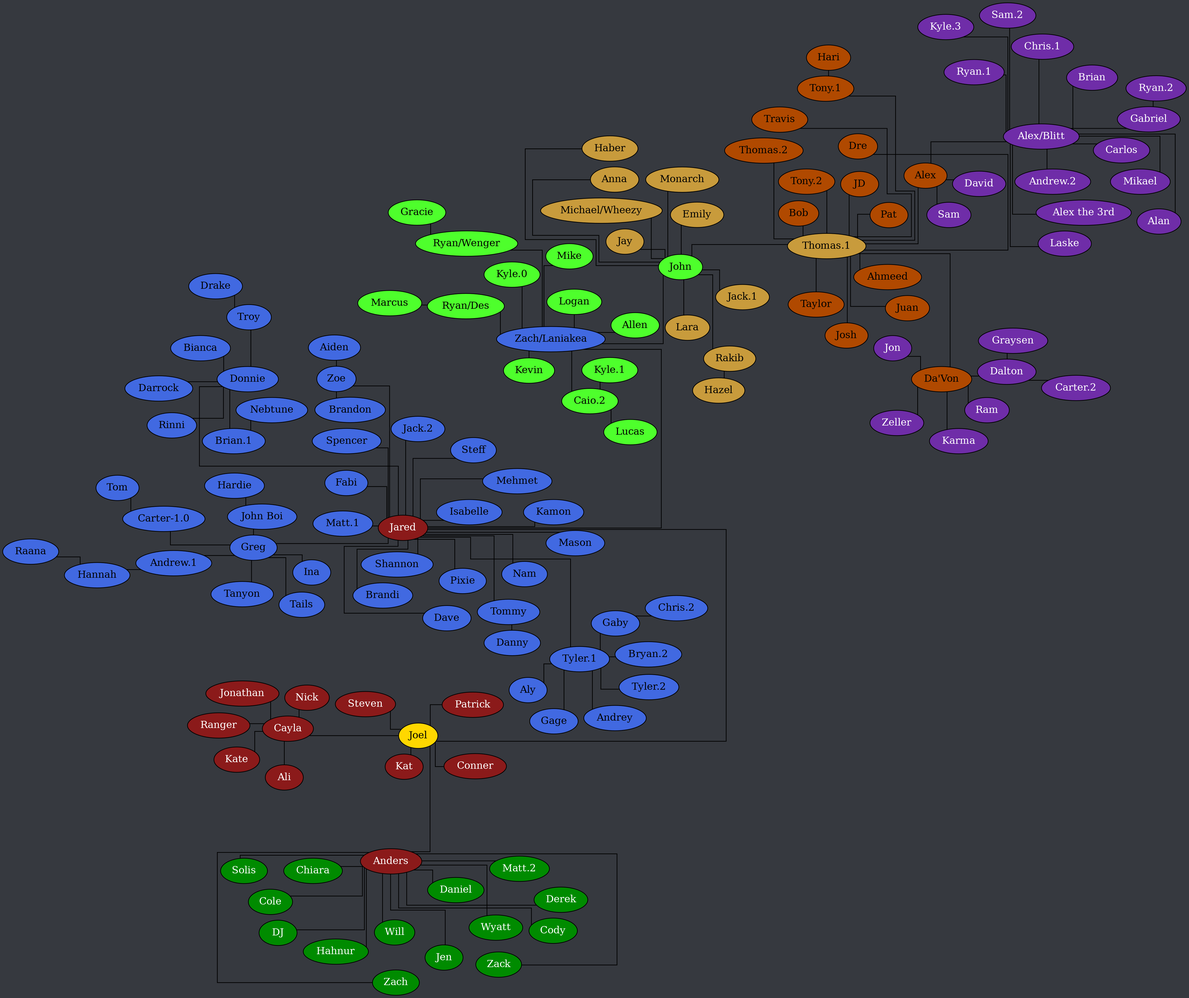
Documidas/CoronaCatzFamilyTree keeps this Graphviz diagram as tree.png. Above is the earlier version. Its source is kept beside it as tree.dot.
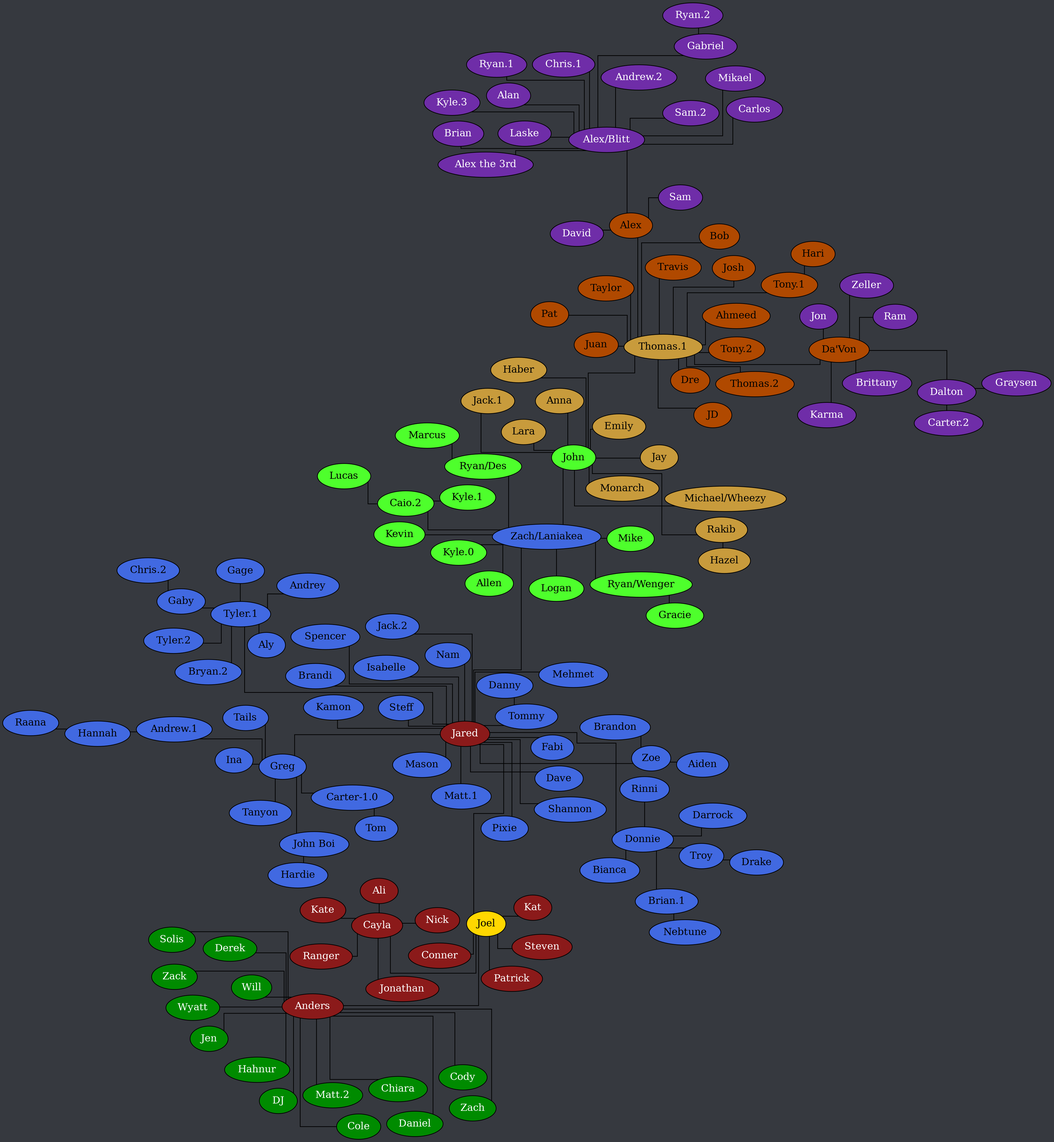
The same file after the commit.

Change to the diagram source:
```diff
@@ -177,6 +177,7 @@
 		"Alex/Blitt" -- Mikael;
 		"Alex/Blitt" -- "Ryan.1";
 		"Alex/Blitt" -- "Sam.2";
+		"Da'Von" -- Brittany;
 		"Da'Von" -- Dalton;
 		"Da'Von" -- Jon;
 		"Da'Von" -- Karma;
```
